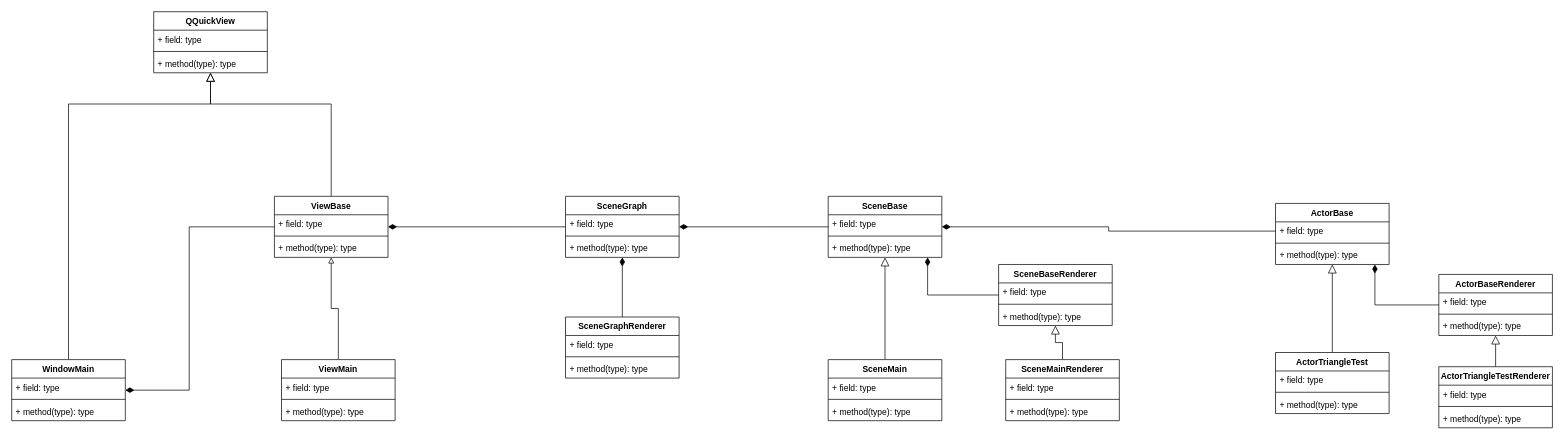
moshanak/QtPlayGround keeps this draw.io diagram as doc/OverallClassDiagram.drawio. Above is the earlier version. Source tidied: cells renumbered, new cells numbered last; positions are measured from the earlier drawing's top-left corner, leaving out a move shared by most shapes. Both pictures are drawn from the tidied source at 71%, with x=0, y=0 at pixel (11, 11).
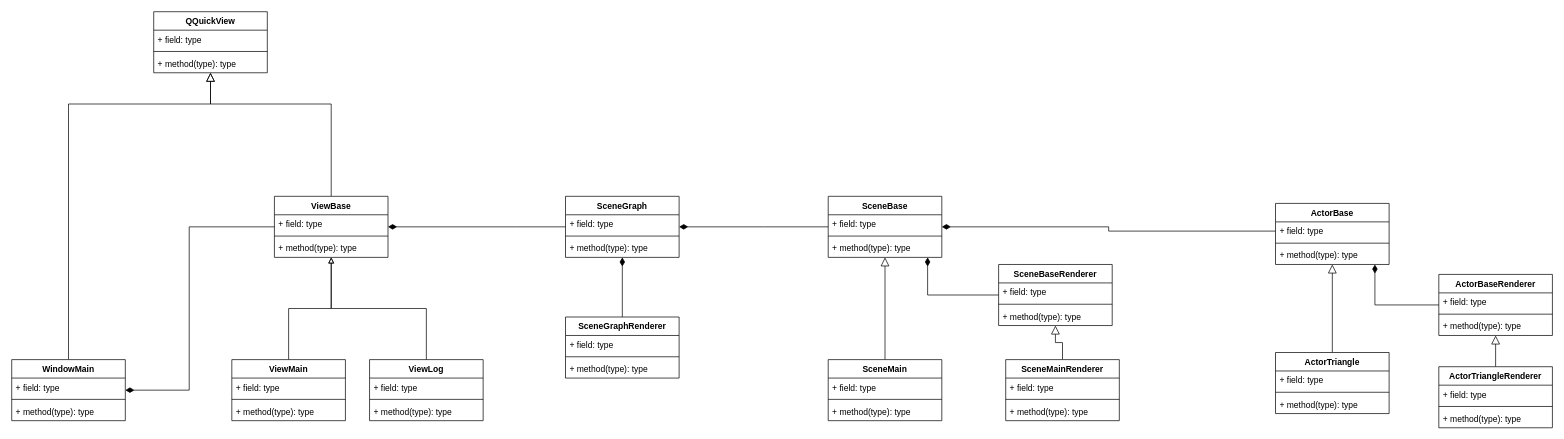
After the change.

The change refers to these unchanged cells:
```xml
<mxCell id="23" value="ViewBase" style="swimlane;fontStyle=1;align=center;verticalAlign=top;horizontal=1;startSize=26;" parent="1" vertex="1">
  <mxGeometry x="370" y="260" width="160" height="86" as="geometry" />
</mxCell>
```

Change to the diagram source:
```diff
@@
     <mxCell id="9" value="ViewMain" style="swimlane;fontStyle=1;align=center;verticalAlign=top;horizontal=1;startSize=26;" parent="1" vertex="1">
-      <mxGeometry x="380" y="490" width="160" height="86" as="geometry" />
+      <mxGeometry x="310" y="490" width="160" height="86" as="geometry" />
     </mxCell>
@@
-    <mxCell id="43" value="ActorTriangleTest" style="swimlane;fontStyle=1;align=center;verticalAlign=top;horizontal=1;startSize=26;" parent="1" vertex="1">
+    <mxCell id="43" value="ActorTriangle" style="swimlane;fontStyle=1;align=center;verticalAlign=top;horizontal=1;startSize=26;" parent="1" vertex="1">
       <mxGeometry x="1780" y="480" width="160" height="86" as="geometry" />
     </mxCell>
@@
-    <mxCell id="68" value="ActorTriangleTestRenderer" style="swimlane;fontStyle=1;align=center;verticalAlign=top;horizontal=1;startSize=26;" parent="1" vertex="1">
+    <mxCell id="68" value="ActorTriangleRenderer" style="swimlane;fontStyle=1;align=center;verticalAlign=top;horizontal=1;startSize=26;" parent="1" vertex="1">
       <mxGeometry x="2010" y="500" width="160" height="86" as="geometry" />
     </mxCell>
@@
+    <mxCell id="72" value="ViewLog" style="swimlane;fontStyle=1;align=center;verticalAlign=top;horizontal=1;startSize=26;" parent="1" vertex="1">
+      <mxGeometry x="504" y="490" width="160" height="86" as="geometry" />
+    </mxCell>
+    <mxCell id="73" value="+ field: type" style="text;strokeColor=none;fillColor=none;align=left;verticalAlign=top;spacingLeft=4;spacingRight=4;overflow=hidden;" parent="72" vertex="1">
+      <mxGeometry y="26" width="160" height="26" as="geometry" />
+    </mxCell>
+    <mxCell id="74" style="line;strokeWidth=1;fillColor=none;align=left;verticalAlign=middle;spacingTop=-1;spacingLeft=3;spacingRight=3;labelPosition=right;" parent="72" vertex="1">
+      <mxGeometry y="52" width="160" height="8" as="geometry" />
+    </mxCell>
+    <mxCell id="75" value="+ method(type): type" style="text;strokeColor=none;fillColor=none;align=left;verticalAlign=top;spacingLeft=4;spacingRight=4;overflow=hidden;" parent="72" vertex="1">
+      <mxGeometry y="60" width="160" height="26" as="geometry" />
+    </mxCell>
+    <mxCell id="76" style="edgeStyle=orthogonalEdgeStyle;rounded=0;jumpSize=6;jettySize=auto;html=1;endArrow=block;endFill=0;strokeWidth=1;" parent="1" edge="1" source="72" target="23">
+      <mxGeometry relative="1" as="geometry" />
+    </mxCell>
```
